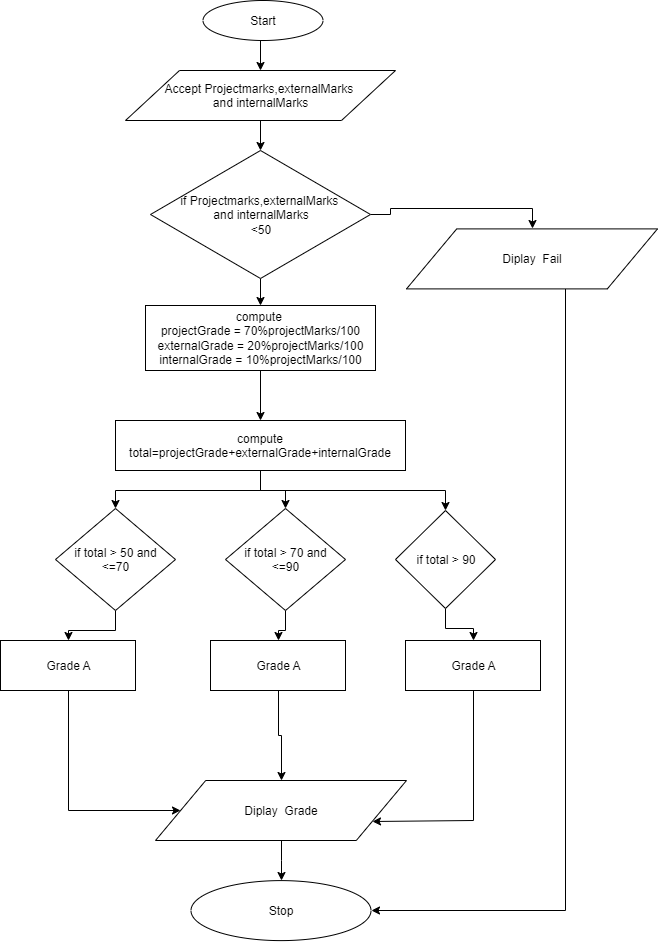
Earlier version of the draw.io export flowchart5.png (imads33/week1). Source tidied: cells renumbered, new cells last; positions are measured from the earlier drawing's top-left corner, leaving out a move shared by most shapes. Source of this version:
```xml
<mxGraphModel>
  <root>
    <mxCell id="0" />
    <mxCell id="1" parent="0" />
    <mxCell id="2" style="edgeStyle=orthogonalEdgeStyle;rounded=0;jettySize=auto;html=1;exitX=0.5;exitY=1;exitDx=0;exitDy=0;entryX=0.5;entryY=0;entryDx=0;entryDy=0;" parent="1" edge="1" source="3" target="5">
      <mxGeometry relative="1" as="geometry" />
    </mxCell>
    <mxCell id="3" value="Start" style="ellipse;whiteSpace=wrap;html=1;" parent="1" vertex="1">
      <mxGeometry x="202.5" width="120" height="40" as="geometry" />
    </mxCell>
    <mxCell id="4" style="edgeStyle=orthogonalEdgeStyle;rounded=0;jettySize=auto;html=1;entryX=0.5;entryY=0;entryDx=0;entryDy=0;" parent="1" edge="1" source="5" target="13">
      <mxGeometry relative="1" as="geometry" />
    </mxCell>
    <mxCell id="5" value="Accept Projectmarks,externalMarks&amp;nbsp;&lt;br&gt;and internalMarks" style="shape=parallelogram;perimeter=parallelogramPerimeter;whiteSpace=wrap;html=1;" parent="1" vertex="1">
      <mxGeometry x="125" y="70" width="270" height="50" as="geometry" />
    </mxCell>
    <mxCell id="6" style="edgeStyle=orthogonalEdgeStyle;rounded=0;jettySize=auto;html=1;entryX=0.5;entryY=0;entryDx=0;entryDy=0;" parent="1" edge="1" source="7" target="19">
      <mxGeometry relative="1" as="geometry" />
    </mxCell>
    <mxCell id="7" value="&lt;div&gt;compute&amp;nbsp;&lt;/div&gt;&lt;div&gt;projectGrade = 70%projectMarks/100&lt;/div&gt;&lt;div&gt;externalGrade = 20%projectMarks/100&lt;/div&gt;&lt;div&gt;internalGrade = 10%projectMarks/100&lt;/div&gt;" style="rounded=0;whiteSpace=wrap;html=1;" parent="1" vertex="1">
      <mxGeometry x="145" y="305" width="230" height="65" as="geometry" />
    </mxCell>
    <mxCell id="8" style="edgeStyle=orthogonalEdgeStyle;rounded=0;jettySize=auto;html=1;entryX=0.5;entryY=0;entryDx=0;entryDy=0;" parent="1" edge="1" source="9" target="10">
      <mxGeometry relative="1" as="geometry" />
    </mxCell>
    <mxCell id="9" value="Diplay&amp;nbsp; Grade" style="shape=parallelogram;perimeter=parallelogramPerimeter;whiteSpace=wrap;html=1;" parent="1" vertex="1">
      <mxGeometry x="155" y="780" width="251" height="60" as="geometry" />
    </mxCell>
    <mxCell id="10" value="Stop" style="ellipse;whiteSpace=wrap;html=1;" parent="1" vertex="1">
      <mxGeometry x="190.5" y="880.1" width="180" height="60" as="geometry" />
    </mxCell>
    <mxCell id="11" style="edgeStyle=orthogonalEdgeStyle;rounded=0;jettySize=auto;html=1;entryX=0.5;entryY=0;entryDx=0;entryDy=0;" parent="1" edge="1" source="13" target="7">
      <mxGeometry relative="1" as="geometry" />
    </mxCell>
    <mxCell id="12" style="edgeStyle=orthogonalEdgeStyle;rounded=0;jettySize=auto;html=1;entryX=0.5;entryY=0;entryDx=0;entryDy=0;" parent="1" edge="1" source="13" target="31">
      <mxGeometry relative="1" as="geometry" />
    </mxCell>
    <mxCell id="13" value="if Projectmarks,externalMarks&amp;nbsp;&lt;br&gt;and internalMarks&lt;br&gt;&amp;lt;50" style="rhombus;whiteSpace=wrap;html=1;" parent="1" vertex="1">
      <mxGeometry x="150" y="150" width="220" height="128" as="geometry" />
    </mxCell>
    <mxCell id="14" style="edgeStyle=orthogonalEdgeStyle;rounded=0;jettySize=auto;html=1;" parent="1" edge="1" source="15" target="29">
      <mxGeometry relative="1" as="geometry" />
    </mxCell>
    <mxCell id="15" value="if total &amp;gt; 90" style="rhombus;whiteSpace=wrap;html=1;" parent="1" vertex="1">
      <mxGeometry x="395" y="510" width="100" height="98" as="geometry" />
    </mxCell>
    <mxCell id="16" style="edgeStyle=orthogonalEdgeStyle;rounded=0;jettySize=auto;html=1;entryX=0.5;entryY=0;entryDx=0;entryDy=0;" parent="1" edge="1" source="19" target="23">
      <mxGeometry relative="1" as="geometry" />
    </mxCell>
    <mxCell id="17" style="edgeStyle=orthogonalEdgeStyle;rounded=0;jettySize=auto;html=1;entryX=0.5;entryY=0;entryDx=0;entryDy=0;" parent="1" edge="1" source="19" target="21">
      <mxGeometry relative="1" as="geometry" />
    </mxCell>
    <mxCell id="18" style="edgeStyle=orthogonalEdgeStyle;rounded=0;jettySize=auto;html=1;entryX=0.5;entryY=0;entryDx=0;entryDy=0;" parent="1" edge="1" source="19" target="15">
      <mxGeometry relative="1" as="geometry" />
    </mxCell>
    <mxCell id="19" value="compute total=projectGrade+externalGrade+internalGrade" style="rounded=0;whiteSpace=wrap;html=1;" parent="1" vertex="1">
      <mxGeometry x="115" y="420" width="290" height="50" as="geometry" />
    </mxCell>
    <mxCell id="20" style="edgeStyle=orthogonalEdgeStyle;rounded=0;jettySize=auto;html=1;entryX=0.5;entryY=0;entryDx=0;entryDy=0;" parent="1" edge="1" source="21" target="27">
      <mxGeometry relative="1" as="geometry" />
    </mxCell>
    <mxCell id="21" value="if total &amp;gt; 70 and&lt;br&gt;&amp;lt;=90" style="rhombus;whiteSpace=wrap;html=1;" parent="1" vertex="1">
      <mxGeometry x="225" y="508" width="120" height="102" as="geometry" />
    </mxCell>
    <mxCell id="22" style="edgeStyle=orthogonalEdgeStyle;rounded=0;jettySize=auto;html=1;entryX=0.5;entryY=0;entryDx=0;entryDy=0;" parent="1" edge="1" source="23" target="25">
      <mxGeometry relative="1" as="geometry" />
    </mxCell>
    <mxCell id="23" value="if total &amp;gt; 50 and&lt;br&gt;&amp;lt;=70" style="rhombus;whiteSpace=wrap;html=1;" parent="1" vertex="1">
      <mxGeometry x="55" y="508" width="120" height="102" as="geometry" />
    </mxCell>
    <mxCell id="24" style="edgeStyle=orthogonalEdgeStyle;rounded=0;jettySize=auto;html=1;entryX=0;entryY=0.5;entryDx=0;entryDy=0;" parent="1" edge="1" source="25" target="9">
      <mxGeometry relative="1" as="geometry">
        <Array as="points">
          <mxPoint x="68" y="810" />
        </Array>
      </mxGeometry>
    </mxCell>
    <mxCell id="25" value="Grade A" style="rounded=0;whiteSpace=wrap;html=1;" parent="1" vertex="1">
      <mxGeometry y="640" width="135" height="50" as="geometry" />
    </mxCell>
    <mxCell id="26" style="edgeStyle=orthogonalEdgeStyle;rounded=0;jettySize=auto;html=1;entryX=0.5;entryY=0;entryDx=0;entryDy=0;" parent="1" edge="1" source="27" target="9">
      <mxGeometry relative="1" as="geometry" />
    </mxCell>
    <mxCell id="27" value="Grade A" style="rounded=0;whiteSpace=wrap;html=1;" parent="1" vertex="1">
      <mxGeometry x="210" y="640" width="135" height="50" as="geometry" />
    </mxCell>
    <mxCell id="28" style="edgeStyle=orthogonalEdgeStyle;rounded=0;jettySize=auto;html=1;entryX=1;entryY=0.75;entryDx=0;entryDy=0;" parent="1" edge="1" source="29" target="9">
      <mxGeometry relative="1" as="geometry">
        <Array as="points">
          <mxPoint x="473" y="820" />
        </Array>
      </mxGeometry>
    </mxCell>
    <mxCell id="29" value="Grade A" style="rounded=0;whiteSpace=wrap;html=1;" parent="1" vertex="1">
      <mxGeometry x="405" y="640" width="135" height="50" as="geometry" />
    </mxCell>
    <mxCell id="30" style="edgeStyle=orthogonalEdgeStyle;rounded=0;jettySize=auto;html=1;entryX=1;entryY=0.5;entryDx=0;entryDy=0;" parent="1" edge="1" source="31" target="10">
      <mxGeometry relative="1" as="geometry">
        <Array as="points">
          <mxPoint x="565" y="910" />
        </Array>
      </mxGeometry>
    </mxCell>
    <mxCell id="31" value="Diplay&amp;nbsp; Fail" style="shape=parallelogram;perimeter=parallelogramPerimeter;whiteSpace=wrap;html=1;" parent="1" vertex="1">
      <mxGeometry x="406" y="228.4" width="251" height="60" as="geometry" />
    </mxCell>
  </root>
</mxGraphModel>
```
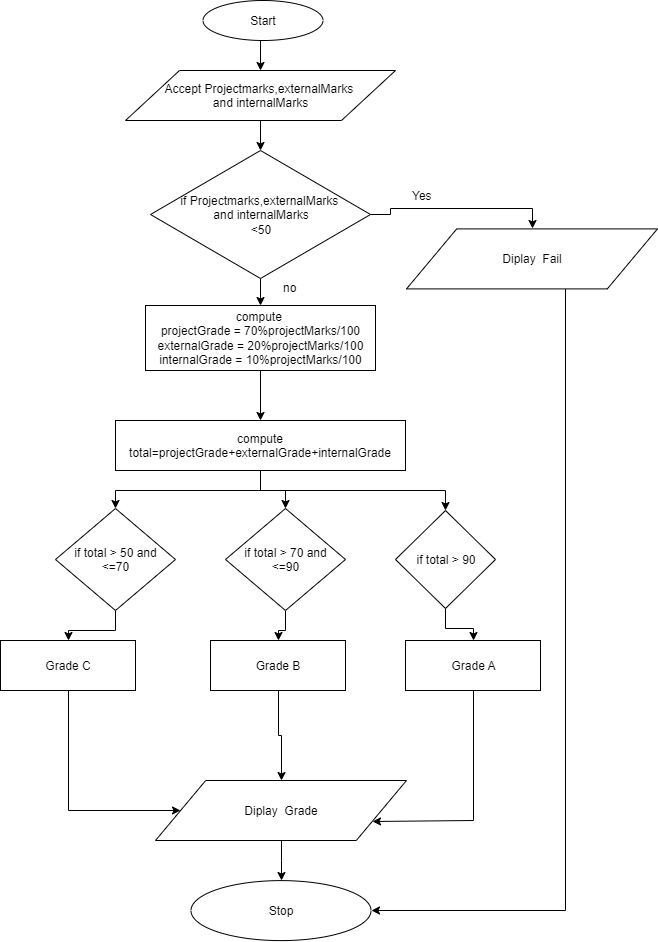
The same file after the commit.

Commit message:
Student Grades

What changed in the source:
```diff
@@ -75,13 +75,13 @@
         </Array>
       </mxGeometry>
     </mxCell>
-    <mxCell id="25" value="Grade A" style="rounded=0;whiteSpace=wrap;html=1;" parent="1" vertex="1">
+    <mxCell id="25" value="Grade C" style="rounded=0;whiteSpace=wrap;html=1;" parent="1" vertex="1">
       <mxGeometry y="640" width="135" height="50" as="geometry" />
     </mxCell>
     <mxCell id="26" style="edgeStyle=orthogonalEdgeStyle;rounded=0;jettySize=auto;html=1;entryX=0.5;entryY=0;entryDx=0;entryDy=0;" parent="1" edge="1" source="27" target="9">
       <mxGeometry relative="1" as="geometry" />
     </mxCell>
-    <mxCell id="27" value="Grade A" style="rounded=0;whiteSpace=wrap;html=1;" parent="1" vertex="1">
+    <mxCell id="27" value="Grade B" style="rounded=0;whiteSpace=wrap;html=1;" parent="1" vertex="1">
       <mxGeometry x="210" y="640" width="135" height="50" as="geometry" />
     </mxCell>
     <mxCell id="28" style="edgeStyle=orthogonalEdgeStyle;rounded=0;jettySize=auto;html=1;entryX=1;entryY=0.75;entryDx=0;entryDy=0;" parent="1" edge="1" source="29" target="9">
@@ -104,5 +104,11 @@
     <mxCell id="31" value="Diplay&amp;nbsp; Fail" style="shape=parallelogram;perimeter=parallelogramPerimeter;whiteSpace=wrap;html=1;" parent="1" vertex="1">
       <mxGeometry x="406" y="228.4" width="251" height="60" as="geometry" />
     </mxCell>
+    <mxCell id="32" value="Yes" style="text;html=1;align=left;verticalAlign=top;spacingTop=-4;" parent="1" vertex="1">
+      <mxGeometry x="410" y="186" width="40" height="20" as="geometry" />
+    </mxCell>
+    <mxCell id="33" value="no" style="text;html=1;align=left;verticalAlign=top;spacingTop=-4;" parent="1" vertex="1">
+      <mxGeometry x="280.5" y="278" width="30" height="20" as="geometry" />
+    </mxCell>
   </root>
 </mxGraphModel>
```
